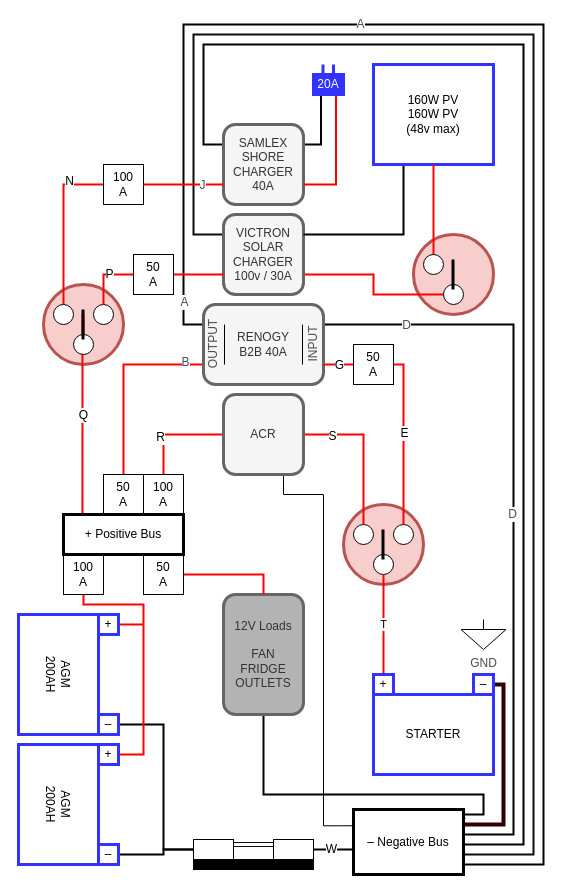
michael-collins/12v keeps this draw.io diagram as electrical-diagram.drawio. Above is the earlier version. Source tidied: cells renumbered, new cells numbered last; positions are measured from the earlier drawing's top-left corner, leaving out a move shared by most shapes. Both pictures are drawn from the tidied source at 100%, with x=0, y=0 at pixel (-2, 24).
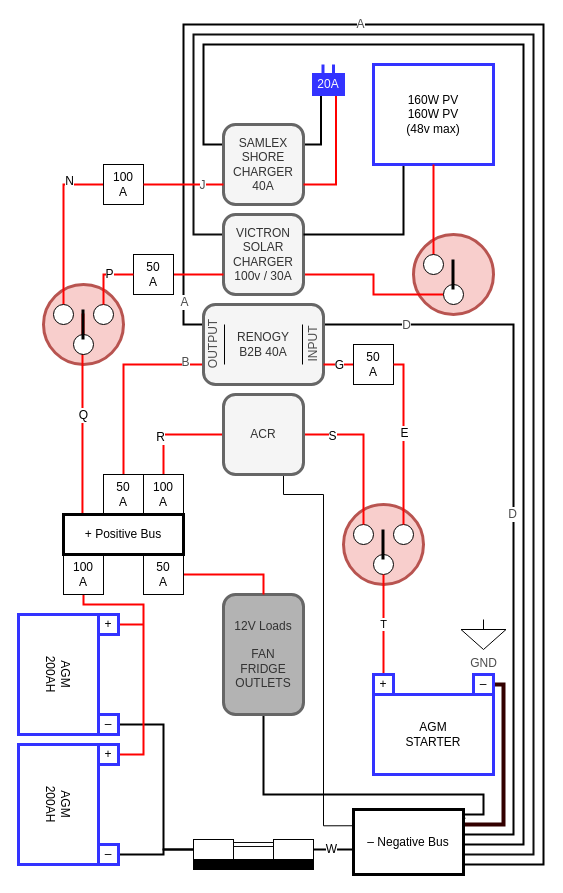
The same page after the edit.

The edit, as a diff of the source:
```diff
@@
-    <mxCell id="73" value="STARTER" style="rounded=0;whiteSpace=wrap;html=1;rotation=0;strokeWidth=3;strokeColor=#3333FF;" parent="1" vertex="1">
+    <mxCell id="73" value="AGM&lt;br&gt;STARTER" style="rounded=0;whiteSpace=wrap;html=1;rotation=0;strokeWidth=3;strokeColor=#3333FF;" parent="1" vertex="1">
       <mxGeometry x="375" y="670" width="120" height="80" as="geometry" />
     </mxCell>
```
